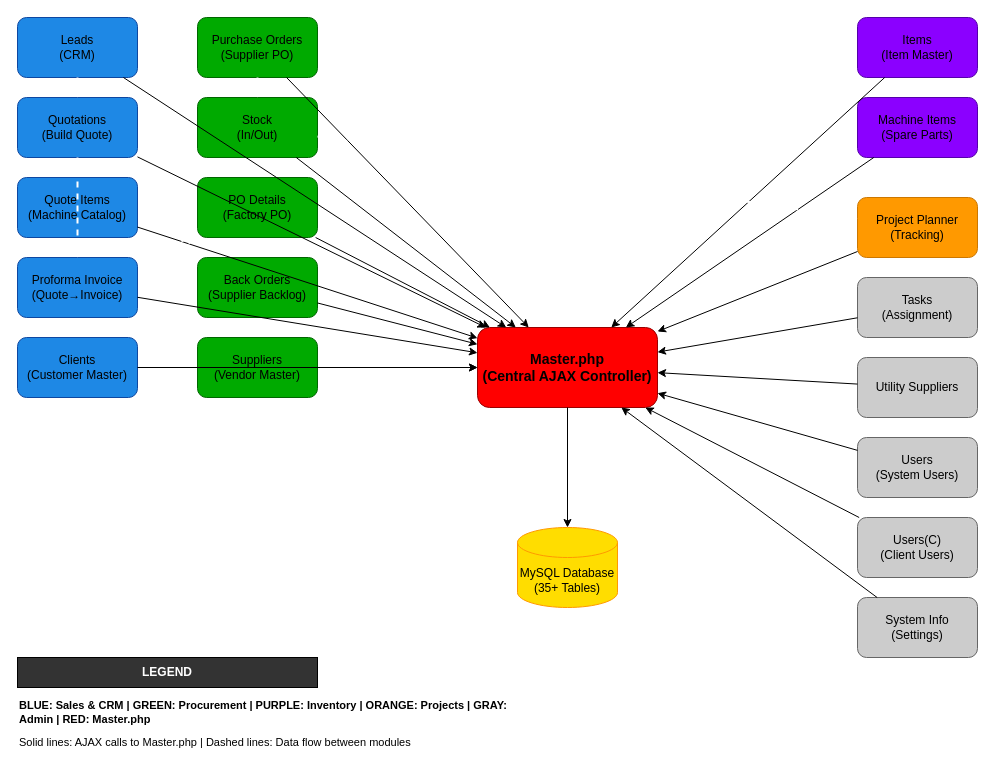
Earlier version of the draw.io diagram cms/SB_Panchal_CMS_Architecture.drawio (aryan-j09/aryan-j09). Source tidied: cells renumbered, new cells numbered last; positions are measured from the earlier drawing's top-left corner, leaving out a move shared by most shapes. Both pictures are drawn from the tidied source at 100%, with x=0, y=0 at pixel (17, 17).
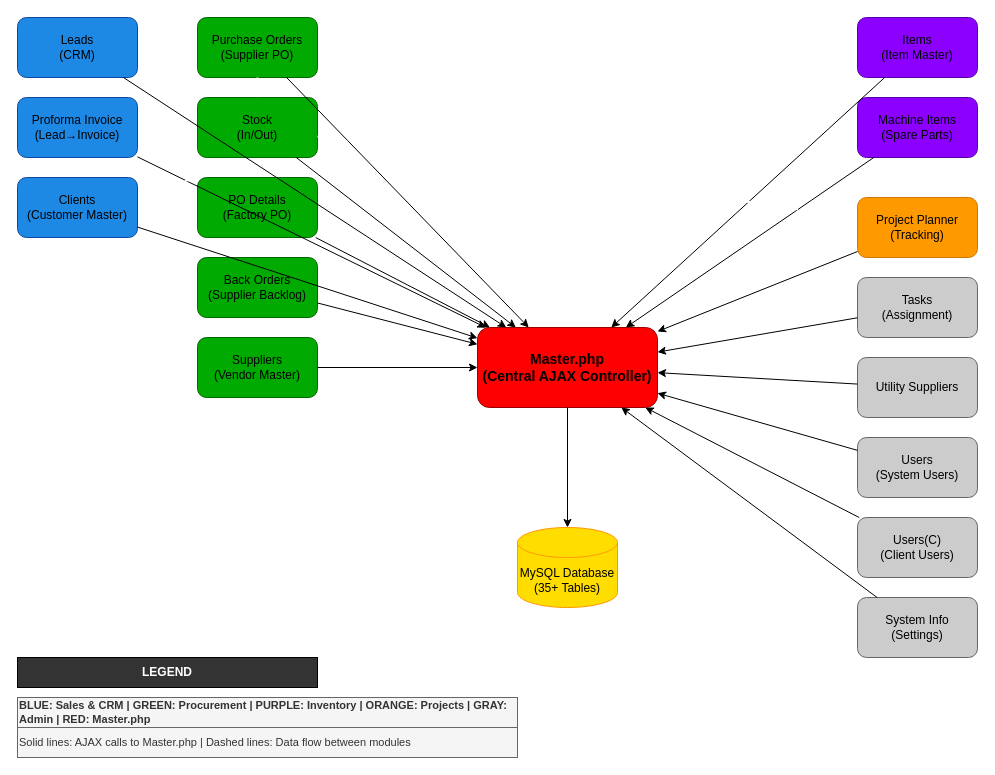
The same page after the edit.

The change refers to these unchanged cells:
```xml
<mxCell id="2" value="Master.php&#10;(Central AJAX Controller)" style="rounded=1;whiteSpace=wrap;html=1;fillColor=#FF0000;strokeColor=#990000;fontSize=14;fontStyle=1;fontColor=#000000;" parent="1" vertex="1">
  <mxGeometry x="460" y="310" width="180" height="80" as="geometry" />
</mxCell>
<mxCell id="4" value="Leads&#10;(CRM)" style="rounded=1;whiteSpace=wrap;html=1;fillColor=#1E88E5;strokeColor=#0D47A1;fontSize=12;fontColor=#000000;" parent="1" vertex="1">
  <mxGeometry width="120" height="60" as="geometry" />
</mxCell>
```

The edit, as a diff of the source:
```diff
@@
-    <mxCell id="5" value="Quotations&#10;(Build Quote)" style="rounded=1;whiteSpace=wrap;html=1;fillColor=#1E88E5;strokeColor=#0D47A1;fontSize=12;fontColor=#000000;" parent="1" vertex="1">
-      <mxGeometry y="80" width="120" height="60" as="geometry" />
-    </mxCell>
-    <mxCell id="6" value="Quote Items&#10;(Machine Catalog)" style="rounded=1;whiteSpace=wrap;html=1;fillColor=#1E88E5;strokeColor=#0D47A1;fontSize=12;fontColor=#000000;" parent="1" vertex="1">
-      <mxGeometry y="160" width="120" height="60" as="geometry" />
-    </mxCell>
-    <mxCell id="7" value="Proforma Invoice&#10;(Quote→Invoice)" style="rounded=1;whiteSpace=wrap;html=1;fillColor=#1E88E5;strokeColor=#0D47A1;fontSize=12;fontColor=#000000;" parent="1" vertex="1">
-      <mxGeometry y="240" width="120" height="60" as="geometry" />
+    <mxCell id="7" value="Proforma Invoice&#10;(Lead→Invoice)" style="rounded=1;whiteSpace=wrap;html=1;fillColor=#1E88E5;strokeColor=#0D47A1;fontSize=12;fontColor=#000000;" parent="1" vertex="1">
+      <mxGeometry y="80" width="120" height="60" as="geometry" />
     </mxCell>
     <mxCell id="8" value="Clients&#10;(Customer Master)" style="rounded=1;whiteSpace=wrap;html=1;fillColor=#1E88E5;strokeColor=#0D47A1;fontSize=12;fontColor=#000000;" parent="1" vertex="1">
-      <mxGeometry y="320" width="120" height="60" as="geometry" />
+      <mxGeometry y="160" width="120" height="60" as="geometry" />
     </mxCell>
@@
-    <mxCell id="23" parent="1" edge="1" source="5" target="2">
-      <mxGeometry relative="1" as="geometry" />
-    </mxCell>
-    <mxCell id="24" parent="1" edge="1" source="6" target="2">
-      <mxGeometry relative="1" as="geometry" />
-    </mxCell>
@@
-    <mxCell id="41" style="dashed=1;strokeColor=#FFFFFF;strokeWidth=2;" parent="1" edge="1" source="4" target="5">
-      <mxGeometry relative="1" as="geometry" />
-    </mxCell>
-    <mxCell id="42" style="dashed=1;strokeColor=#FFFFFF;strokeWidth=2;" parent="1" edge="1" source="5" target="7">
-      <mxGeometry relative="1" as="geometry" />
-    </mxCell>
@@
-    <mxCell id="47" value="BLUE: Sales &amp; CRM | GREEN: Procurement | PURPLE: Inventory | ORANGE: Projects | GRAY: Admin | RED: Master.php" style="text;html=1;strokeColor=none;fillColor=none;align=left;verticalAlign=middle;whiteSpace=wrap;fontSize=11;fontColor=#000000;fontStyle=1;" parent="1" vertex="1">
+    <mxCell id="47" value="BLUE: Sales &amp; CRM | GREEN: Procurement | PURPLE: Inventory | ORANGE: Projects | GRAY: Admin | RED: Master.php" style="text;html=1;strokeColor=#666666;fillColor=#f5f5f5;align=left;verticalAlign=middle;whiteSpace=wrap;fontSize=11;fontColor=#333333;fontStyle=1;" parent="1" vertex="1">
       <mxGeometry y="680" width="500" height="30" as="geometry" />
     </mxCell>
-    <mxCell id="48" value="Solid lines: AJAX calls to Master.php | Dashed lines: Data flow between modules" style="text;html=1;strokeColor=none;fillColor=none;align=left;verticalAlign=middle;whiteSpace=wrap;rounded=0;fontSize=11;fontColor=#000000;" parent="1" vertex="1">
+    <mxCell id="48" value="Solid lines: AJAX calls to Master.php | Dashed lines: Data flow between modules" style="text;html=1;strokeColor=#666666;fillColor=#f5f5f5;align=left;verticalAlign=middle;whiteSpace=wrap;rounded=0;fontSize=11;fontColor=#333333;" parent="1" vertex="1">
       <mxGeometry y="710" width="500" height="30" as="geometry" />
     </mxCell>
```
